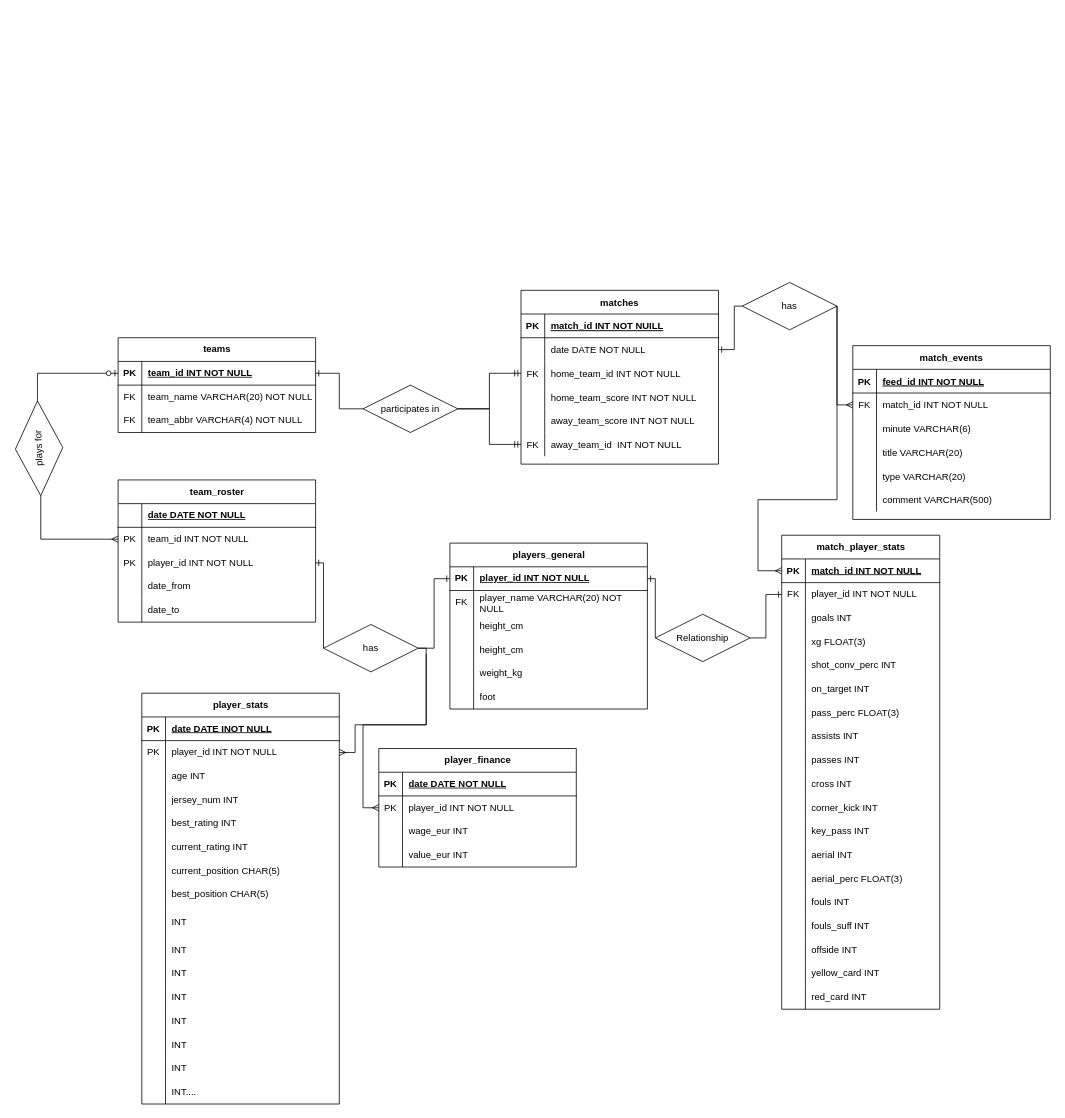
Earlier version of the draw.io diagram Schema.drawio (diffeyn/MLS). Source tidied: cells renumbered, new cells numbered last; positions are measured from the earlier drawing's top-left corner, leaving out a move shared by most shapes. Both pictures are drawn from the tidied source at 79%, with x=0, y=0 at pixel (-9, 282).
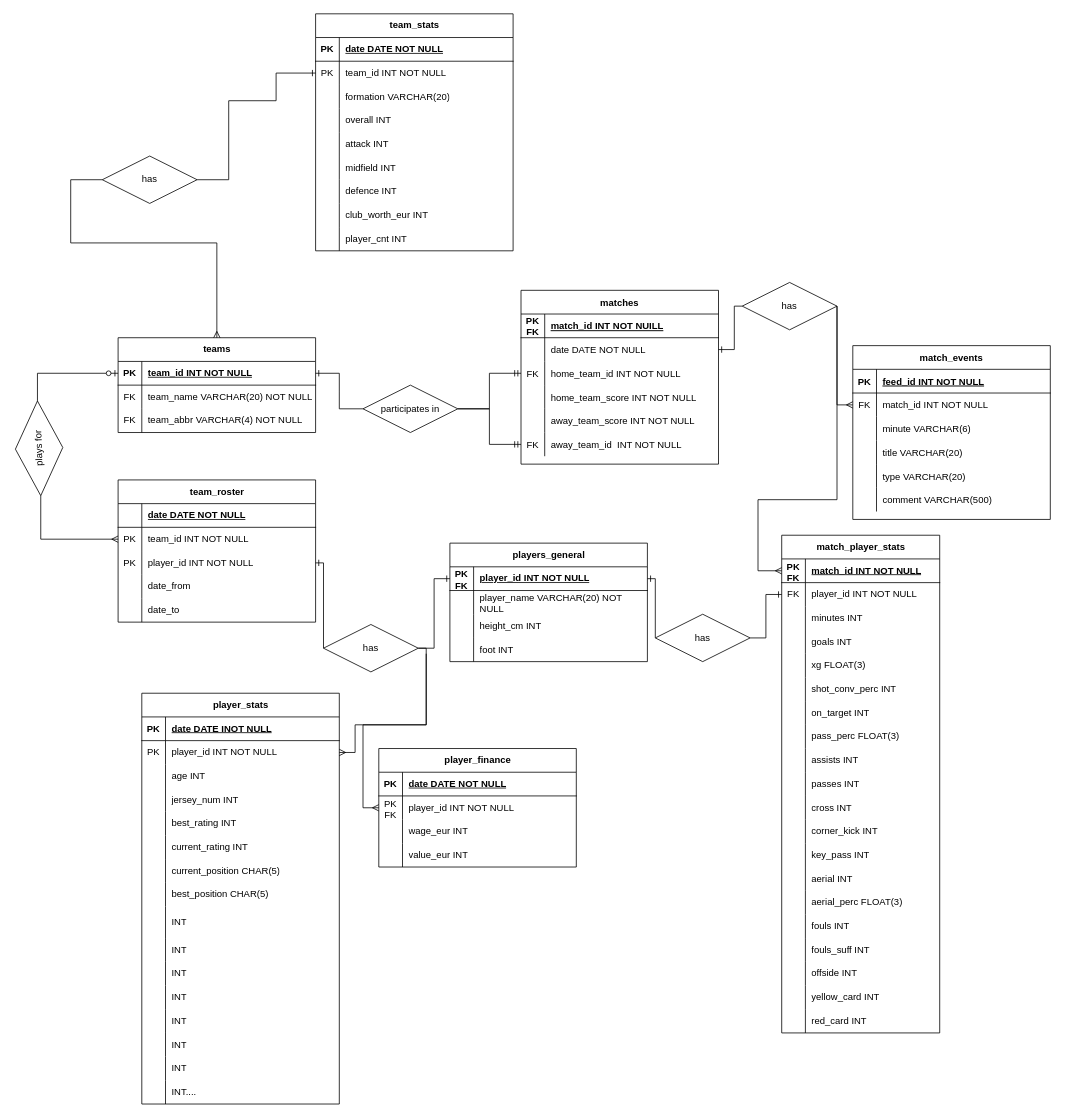
After the change.

Unchanged cells that the change refers to:
```xml
<mxCell id="3" style="shape=partialRectangle;fillColor=none;top=0;left=0;right=0;bottom=1;" parent="2" vertex="1">
  <mxGeometry y="30" width="250" height="30" as="geometry" />
</mxCell>
<mxCell id="21" value="teams" style="shape=table;startSize=30;childLayout=tableLayout;rowLines=0;fontStyle=1;align=center;html=1;" parent="1" vertex="1">
  <mxGeometry x="160" y="70" width="250" height="120" as="geometry" />
</mxCell>
<mxCell id="48" style="shape=tableRow;horizontal=0;startSize=0;swimlaneHead=0;swimlaneBody=0;fillColor=none;points=[[0,0.5],[1,0.5]];portConstraint=eastwest;top=0;left=0;right=0;bottom=1;" parent="47" vertex="1">
  <mxGeometry y="30" width="250" height="30" as="geometry" />
</mxCell>
<mxCell id="51" style="shape=tableRow;horizontal=0;startSize=0;swimlaneHead=0;swimlaneBody=0;fillColor=none;top=0;left=0;right=0;bottom=0;" parent="47" vertex="1">
  <mxGeometry y="60" width="250" height="30" as="geometry" />
</mxCell>
<mxCell id="54" style="shape=tableRow;horizontal=0;startSize=0;swimlaneHead=0;swimlaneBody=0;fillColor=none;top=0;left=0;right=0;bottom=0;" parent="47" vertex="1">
  <mxGeometry y="90" width="250" height="30" as="geometry" />
</mxCell>
<mxCell id="119" style="shape=tableRow;horizontal=0;startSize=0;swimlaneHead=0;swimlaneBody=0;fillColor=none;points=[[0,0.5],[1,0.5]];portConstraint=eastwest;top=0;left=0;right=0;bottom=0;" parent="115" vertex="1">
  <mxGeometry y="60" width="250" height="30" as="geometry" />
</mxCell>
<mxCell id="163" style="shape=tableRow;horizontal=0;startSize=0;swimlaneHead=0;swimlaneBody=0;fillColor=none;points=[[0,0.5],[1,0.5]];portConstraint=eastwest;top=0;left=0;right=0;bottom=1;" parent="162" vertex="1">
  <mxGeometry y="30" width="200" height="30" as="geometry" />
</mxCell>
```

Change to the diagram source:
```diff
@@
-    <mxCell id="4" value="PK" style="shape=partialRectangle;overflow=hidden;fillColor=none;top=0;left=0;bottom=0;right=0;fontStyle=1;" parent="3" vertex="1">
+    <mxCell id="4" value="PK&#10;FK" style="shape=partialRectangle;overflow=hidden;fillColor=none;top=0;left=0;bottom=0;right=0;fontStyle=1;" parent="3" vertex="1">
       <mxGeometry width="30" height="30" as="geometry" />
     </mxCell>
@@
     <mxCell id="47" value="players_general" style="shape=table;startSize=30;childLayout=tableLayout;rowLines=0;fontStyle=1;align=center;html=1;" parent="1" vertex="1">
-      <mxGeometry x="580" y="330" width="250" height="210" as="geometry" />
+      <mxGeometry x="580" y="330" width="250" height="150" as="geometry" />
     </mxCell>
@@
-    <mxCell id="49" value="PK" style="shape=partialRectangle;fillColor=none;top=0;left=0;bottom=0;right=0;fontStyle=1;overflow=hidden;whiteSpace=wrap;html=1;" parent="48" vertex="1">
+    <mxCell id="49" value="PK&lt;div&gt;FK&lt;/div&gt;" style="shape=partialRectangle;fillColor=none;top=0;left=0;bottom=0;right=0;fontStyle=1;overflow=hidden;whiteSpace=wrap;html=1;" parent="48" vertex="1">
       <mxGeometry width="30" height="30" as="geometry" />
     </mxCell>
@@
-    <mxCell id="52" value="FK" style="shape=partialRectangle;fillColor=none;top=0;left=0;bottom=0;right=0;overflow=hidden;whiteSpace=wrap;html=1;" parent="51" vertex="1">
+    <mxCell id="52" style="shape=partialRectangle;fillColor=none;top=0;left=0;bottom=0;right=0;overflow=hidden;whiteSpace=wrap;html=1;" parent="51" vertex="1">
       <mxGeometry width="30" height="30" as="geometry" />
     </mxCell>
@@
-    <mxCell id="56" value="height_cm" style="shape=partialRectangle;fillColor=none;top=0;left=0;bottom=0;right=0;align=left;spacingLeft=6;overflow=hidden;whiteSpace=wrap;html=1;" parent="54" vertex="1">
+    <mxCell id="56" value="height_cm INT" style="shape=partialRectangle;fillColor=none;top=0;left=0;bottom=0;right=0;align=left;spacingLeft=6;overflow=hidden;whiteSpace=wrap;html=1;" parent="54" vertex="1">
       <mxGeometry x="30" width="220" height="30" as="geometry" />
     </mxCell>
-    <mxCell id="57" style="shape=tableRow;horizontal=0;startSize=0;swimlaneHead=0;swimlaneBody=0;fillColor=none;top=0;left=0;right=0;bottom=0;" parent="47" vertex="1">
-      <mxGeometry y="120" width="250" height="30" as="geometry" />
-    </mxCell>
-    <mxCell id="58" style="shape=partialRectangle;fillColor=none;top=0;left=0;bottom=0;right=0;overflow=hidden;whiteSpace=wrap;html=1;" parent="57" vertex="1">
-      <mxGeometry width="30" height="30" as="geometry" />
-    </mxCell>
-    <mxCell id="59" value="height_cm" style="shape=partialRectangle;fillColor=none;top=0;left=0;bottom=0;right=0;align=left;spacingLeft=6;overflow=hidden;whiteSpace=wrap;html=1;" parent="57" vertex="1">
-      <mxGeometry x="30" width="220" height="30" as="geometry" />
-    </mxCell>
-    <mxCell id="60" style="shape=tableRow;horizontal=0;startSize=0;swimlaneHead=0;swimlaneBody=0;fillColor=none;top=0;left=0;right=0;bottom=0;" parent="47" vertex="1">
-      <mxGeometry y="150" width="250" height="30" as="geometry" />
-    </mxCell>
-    <mxCell id="61" style="shape=partialRectangle;fillColor=none;top=0;left=0;bottom=0;right=0;overflow=hidden;whiteSpace=wrap;html=1;" parent="60" vertex="1">
-      <mxGeometry width="30" height="30" as="geometry" />
-    </mxCell>
-    <mxCell id="62" value="weight_kg" style="shape=partialRectangle;fillColor=none;top=0;left=0;bottom=0;right=0;align=left;spacingLeft=6;overflow=hidden;whiteSpace=wrap;html=1;" parent="60" vertex="1">
-      <mxGeometry x="30" width="220" height="30" as="geometry" />
-    </mxCell>
     <mxCell id="63" style="shape=tableRow;horizontal=0;startSize=0;swimlaneHead=0;swimlaneBody=0;fillColor=none;top=0;left=0;right=0;bottom=0;" parent="47" vertex="1">
-      <mxGeometry y="180" width="250" height="30" as="geometry" />
+      <mxGeometry y="120" width="250" height="30" as="geometry" />
     </mxCell>
@@
-    <mxCell id="65" value="foot" style="shape=partialRectangle;fillColor=none;top=0;left=0;bottom=0;right=0;align=left;spacingLeft=6;overflow=hidden;whiteSpace=wrap;html=1;" parent="63" vertex="1">
+    <mxCell id="65" value="foot INT" style="shape=partialRectangle;fillColor=none;top=0;left=0;bottom=0;right=0;align=left;spacingLeft=6;overflow=hidden;whiteSpace=wrap;html=1;" parent="63" vertex="1">
       <mxGeometry x="30" width="220" height="30" as="geometry" />
     </mxCell>
@@
-    <mxCell id="120" value="PK" style="shape=partialRectangle;fillColor=none;top=0;left=0;bottom=0;right=0;overflow=hidden;whiteSpace=wrap;html=1;" parent="119" vertex="1">
+    <mxCell id="120" value="PK&lt;div&gt;FK&lt;/div&gt;" style="shape=partialRectangle;fillColor=none;top=0;left=0;bottom=0;right=0;overflow=hidden;whiteSpace=wrap;html=1;" parent="119" vertex="1">
       <mxGeometry width="30" height="30" as="geometry" />
     </mxCell>
@@
     <mxCell id="162" value="match_player_stats" style="shape=table;startSize=30;childLayout=tableLayout;rowLines=0;fontStyle=1;align=center;html=1;" parent="1" vertex="1">
-      <mxGeometry x="1000" y="320" width="200" height="600" as="geometry" />
+      <mxGeometry x="1000" y="320" width="200" height="630" as="geometry" />
     </mxCell>
@@
-    <mxCell id="164" value="PK" style="shape=partialRectangle;fillColor=none;top=0;left=0;bottom=0;right=0;fontStyle=1;overflow=hidden;whiteSpace=wrap;html=1;" parent="163" vertex="1">
+    <mxCell id="164" value="PK&lt;div&gt;FK&lt;/div&gt;" style="shape=partialRectangle;fillColor=none;top=0;left=0;bottom=0;right=0;fontStyle=1;overflow=hidden;whiteSpace=wrap;html=1;" parent="163" vertex="1">
       <mxGeometry width="30" height="30" as="geometry" />
     </mxCell>
@@
+    <mxCell id="224" style="shape=tableRow;horizontal=0;startSize=0;swimlaneHead=0;swimlaneBody=0;fillColor=none;top=0;left=0;right=0;bottom=0;" parent="162" vertex="1">
+      <mxGeometry y="90" width="200" height="30" as="geometry" />
+    </mxCell>
+    <mxCell id="225" style="shape=partialRectangle;fillColor=none;top=0;left=0;bottom=0;right=0;overflow=hidden;whiteSpace=wrap;html=1;" parent="224" vertex="1">
+      <mxGeometry width="30" height="30" as="geometry" />
+    </mxCell>
+    <mxCell id="226" value="minutes INT" style="shape=partialRectangle;fillColor=none;top=0;left=0;bottom=0;right=0;align=left;spacingLeft=6;overflow=hidden;whiteSpace=wrap;html=1;" parent="224" vertex="1">
+      <mxGeometry x="30" width="170" height="30" as="geometry" />
+    </mxCell>
     <mxCell id="169" style="shape=tableRow;horizontal=0;startSize=0;swimlaneHead=0;swimlaneBody=0;fillColor=none;top=0;left=0;right=0;bottom=0;" parent="162" vertex="1">
-      <mxGeometry y="90" width="200" height="30" as="geometry" />
+      <mxGeometry y="120" width="200" height="30" as="geometry" />
     </mxCell>
@@
     <mxCell id="172" style="shape=tableRow;horizontal=0;startSize=0;swimlaneHead=0;swimlaneBody=0;fillColor=none;top=0;left=0;right=0;bottom=0;" parent="162" vertex="1">
-      <mxGeometry y="120" width="200" height="30" as="geometry" />
+      <mxGeometry y="150" width="200" height="30" as="geometry" />
     </mxCell>
@@
     <mxCell id="175" style="shape=tableRow;horizontal=0;startSize=0;swimlaneHead=0;swimlaneBody=0;fillColor=none;top=0;left=0;right=0;bottom=0;" parent="162" vertex="1">
-      <mxGeometry y="150" width="200" height="30" as="geometry" />
+      <mxGeometry y="180" width="200" height="30" as="geometry" />
     </mxCell>
@@
     <mxCell id="178" style="shape=tableRow;horizontal=0;startSize=0;swimlaneHead=0;swimlaneBody=0;fillColor=none;top=0;left=0;right=0;bottom=0;" parent="162" vertex="1">
-      <mxGeometry y="180" width="200" height="30" as="geometry" />
+      <mxGeometry y="210" width="200" height="30" as="geometry" />
     </mxCell>
@@
     <mxCell id="181" style="shape=tableRow;horizontal=0;startSize=0;swimlaneHead=0;swimlaneBody=0;fillColor=none;top=0;left=0;right=0;bottom=0;" parent="162" vertex="1">
-      <mxGeometry y="210" width="200" height="30" as="geometry" />
+      <mxGeometry y="240" width="200" height="30" as="geometry" />
     </mxCell>
@@
     <mxCell id="184" style="shape=tableRow;horizontal=0;startSize=0;swimlaneHead=0;swimlaneBody=0;fillColor=none;top=0;left=0;right=0;bottom=0;" parent="162" vertex="1">
-      <mxGeometry y="240" width="200" height="30" as="geometry" />
+      <mxGeometry y="270" width="200" height="30" as="geometry" />
     </mxCell>
@@
     <mxCell id="187" style="shape=tableRow;horizontal=0;startSize=0;swimlaneHead=0;swimlaneBody=0;fillColor=none;top=0;left=0;right=0;bottom=0;" parent="162" vertex="1">
-      <mxGeometry y="270" width="200" height="30" as="geometry" />
+      <mxGeometry y="300" width="200" height="30" as="geometry" />
     </mxCell>
@@
     <mxCell id="190" style="shape=tableRow;horizontal=0;startSize=0;swimlaneHead=0;swimlaneBody=0;fillColor=none;top=0;left=0;right=0;bottom=0;" parent="162" vertex="1">
-      <mxGeometry y="300" width="200" height="30" as="geometry" />
+      <mxGeometry y="330" width="200" height="30" as="geometry" />
     </mxCell>
@@
     <mxCell id="193" style="shape=tableRow;horizontal=0;startSize=0;swimlaneHead=0;swimlaneBody=0;fillColor=none;top=0;left=0;right=0;bottom=0;" parent="162" vertex="1">
-      <mxGeometry y="330" width="200" height="30" as="geometry" />
+      <mxGeometry y="360" width="200" height="30" as="geometry" />
     </mxCell>
@@
     <mxCell id="196" style="shape=tableRow;horizontal=0;startSize=0;swimlaneHead=0;swimlaneBody=0;fillColor=none;top=0;left=0;right=0;bottom=0;" parent="162" vertex="1">
-      <mxGeometry y="360" width="200" height="30" as="geometry" />
+      <mxGeometry y="390" width="200" height="30" as="geometry" />
     </mxCell>
@@
     <mxCell id="199" style="shape=tableRow;horizontal=0;startSize=0;swimlaneHead=0;swimlaneBody=0;fillColor=none;top=0;left=0;right=0;bottom=0;" parent="162" vertex="1">
-      <mxGeometry y="390" width="200" height="30" as="geometry" />
+      <mxGeometry y="420" width="200" height="30" as="geometry" />
     </mxCell>
@@
     <mxCell id="202" style="shape=tableRow;horizontal=0;startSize=0;swimlaneHead=0;swimlaneBody=0;fillColor=none;top=0;left=0;right=0;bottom=0;" parent="162" vertex="1">
-      <mxGeometry y="420" width="200" height="30" as="geometry" />
+      <mxGeometry y="450" width="200" height="30" as="geometry" />
     </mxCell>
@@
     <mxCell id="205" style="shape=tableRow;horizontal=0;startSize=0;swimlaneHead=0;swimlaneBody=0;fillColor=none;top=0;left=0;right=0;bottom=0;" parent="162" vertex="1">
-      <mxGeometry y="450" width="200" height="30" as="geometry" />
+      <mxGeometry y="480" width="200" height="30" as="geometry" />
     </mxCell>
@@
     <mxCell id="208" style="shape=tableRow;horizontal=0;startSize=0;swimlaneHead=0;swimlaneBody=0;fillColor=none;top=0;left=0;right=0;bottom=0;" parent="162" vertex="1">
-      <mxGeometry y="480" width="200" height="30" as="geometry" />
+      <mxGeometry y="510" width="200" height="30" as="geometry" />
     </mxCell>
@@
     <mxCell id="211" style="shape=tableRow;horizontal=0;startSize=0;swimlaneHead=0;swimlaneBody=0;fillColor=none;top=0;left=0;right=0;bottom=0;" parent="162" vertex="1">
-      <mxGeometry y="510" width="200" height="30" as="geometry" />
+      <mxGeometry y="540" width="200" height="30" as="geometry" />
     </mxCell>
@@
     <mxCell id="214" style="shape=tableRow;horizontal=0;startSize=0;swimlaneHead=0;swimlaneBody=0;fillColor=none;top=0;left=0;right=0;bottom=0;" parent="162" vertex="1">
-      <mxGeometry y="540" width="200" height="30" as="geometry" />
+      <mxGeometry y="570" width="200" height="30" as="geometry" />
     </mxCell>
@@
     <mxCell id="217" style="shape=tableRow;horizontal=0;startSize=0;swimlaneHead=0;swimlaneBody=0;fillColor=none;top=0;left=0;right=0;bottom=0;" parent="162" vertex="1">
-      <mxGeometry y="570" width="200" height="30" as="geometry" />
+      <mxGeometry y="600" width="200" height="30" as="geometry" />
     </mxCell>
@@
-    <mxCell id="223" value="Relationship" style="shape=rhombus;perimeter=rhombusPerimeter;whiteSpace=wrap;html=1;align=center;" parent="1" vertex="1">
+    <mxCell id="223" value="has" style="shape=rhombus;perimeter=rhombusPerimeter;whiteSpace=wrap;html=1;align=center;" parent="1" vertex="1">
       <mxGeometry x="840" y="420" width="120" height="60" as="geometry" />
     </mxCell>
+    <mxCell id="227" value="team_stats" style="shape=table;startSize=30;childLayout=tableLayout;rowLines=0;fontStyle=1;align=center;html=1;" parent="1" vertex="1">
+      <mxGeometry x="410" y="-340" width="250" height="300" as="geometry" />
+    </mxCell>
+    <mxCell id="228" style="shape=tableRow;horizontal=0;startSize=0;swimlaneHead=0;swimlaneBody=0;fillColor=none;top=0;left=0;right=0;bottom=1;" parent="227" vertex="1">
+      <mxGeometry y="30" width="250" height="30" as="geometry" />
+    </mxCell>
+    <mxCell id="229" value="PK" style="shape=partialRectangle;fillColor=none;top=0;left=0;bottom=0;right=0;fontStyle=1;overflow=hidden;whiteSpace=wrap;html=1;" parent="228" vertex="1">
+      <mxGeometry width="30" height="30" as="geometry" />
+    </mxCell>
+    <mxCell id="230" value="date DATE NOT NULL" style="shape=partialRectangle;fillColor=none;top=0;left=0;bottom=0;right=0;align=left;spacingLeft=6;fontStyle=5;overflow=hidden;whiteSpace=wrap;html=1;" parent="228" vertex="1">
+      <mxGeometry x="30" width="220" height="30" as="geometry" />
+    </mxCell>
+    <mxCell id="231" style="shape=tableRow;horizontal=0;startSize=0;swimlaneHead=0;swimlaneBody=0;fillColor=none;points=[[0,0.5],[1,0.5]];portConstraint=eastwest;top=0;left=0;right=0;bottom=0;" parent="227" vertex="1">
+      <mxGeometry y="60" width="250" height="30" as="geometry" />
+    </mxCell>
+    <mxCell id="232" value="PK" style="shape=partialRectangle;fillColor=none;top=0;left=0;bottom=0;right=0;overflow=hidden;whiteSpace=wrap;html=1;" parent="231" vertex="1">
+      <mxGeometry width="30" height="30" as="geometry" />
+    </mxCell>
+    <mxCell id="233" value="team_id INT NOT NULL" style="shape=partialRectangle;fillColor=none;top=0;left=0;bottom=0;right=0;align=left;spacingLeft=6;overflow=hidden;whiteSpace=wrap;html=1;" parent="231" vertex="1">
+      <mxGeometry x="30" width="220" height="30" as="geometry" />
+    </mxCell>
+    <mxCell id="234" style="shape=tableRow;horizontal=0;startSize=0;swimlaneHead=0;swimlaneBody=0;fillColor=none;top=0;left=0;right=0;bottom=0;" parent="227" vertex="1">
+      <mxGeometry y="90" width="250" height="30" as="geometry" />
+    </mxCell>
+    <mxCell id="235" style="shape=partialRectangle;fillColor=none;top=0;left=0;bottom=0;right=0;overflow=hidden;whiteSpace=wrap;html=1;" parent="234" vertex="1">
+      <mxGeometry width="30" height="30" as="geometry" />
+    </mxCell>
+    <mxCell id="236" value="formation VARCHAR(20)" style="shape=partialRectangle;fillColor=none;top=0;left=0;bottom=0;right=0;align=left;spacingLeft=6;overflow=hidden;whiteSpace=wrap;html=1;" parent="234" vertex="1">
+      <mxGeometry x="30" width="220" height="30" as="geometry" />
+    </mxCell>
+    <mxCell id="57" style="shape=tableRow;horizontal=0;startSize=0;swimlaneHead=0;swimlaneBody=0;fillColor=none;top=0;left=0;right=0;bottom=0;" parent="227" vertex="1">
+      <mxGeometry y="120" width="250" height="30" as="geometry" />
+    </mxCell>
+    <mxCell id="237" style="shape=partialRectangle;fillColor=none;top=0;left=0;bottom=0;right=0;overflow=hidden;whiteSpace=wrap;html=1;" parent="57" vertex="1">
+      <mxGeometry width="30" height="30" as="geometry" />
+    </mxCell>
+    <mxCell id="238" value="overall INT" style="shape=partialRectangle;fillColor=none;top=0;left=0;bottom=0;right=0;align=left;spacingLeft=6;overflow=hidden;whiteSpace=wrap;html=1;" parent="57" vertex="1">
+      <mxGeometry x="30" width="220" height="30" as="geometry" />
+    </mxCell>
+    <mxCell id="60" style="shape=tableRow;horizontal=0;startSize=0;swimlaneHead=0;swimlaneBody=0;fillColor=none;top=0;left=0;right=0;bottom=0;" parent="227" vertex="1">
+      <mxGeometry y="150" width="250" height="30" as="geometry" />
+    </mxCell>
+    <mxCell id="239" style="shape=partialRectangle;fillColor=none;top=0;left=0;bottom=0;right=0;overflow=hidden;whiteSpace=wrap;html=1;" parent="60" vertex="1">
+      <mxGeometry width="30" height="30" as="geometry" />
+    </mxCell>
+    <mxCell id="240" value="attack INT" style="shape=partialRectangle;fillColor=none;top=0;left=0;bottom=0;right=0;align=left;spacingLeft=6;overflow=hidden;whiteSpace=wrap;html=1;" parent="60" vertex="1">
+      <mxGeometry x="30" width="220" height="30" as="geometry" />
+    </mxCell>
+    <mxCell id="241" style="shape=tableRow;horizontal=0;startSize=0;swimlaneHead=0;swimlaneBody=0;fillColor=none;top=0;left=0;right=0;bottom=0;" parent="227" vertex="1">
+      <mxGeometry y="180" width="250" height="30" as="geometry" />
+    </mxCell>
+    <mxCell id="242" style="shape=partialRectangle;fillColor=none;top=0;left=0;bottom=0;right=0;overflow=hidden;whiteSpace=wrap;html=1;" parent="241" vertex="1">
+      <mxGeometry width="30" height="30" as="geometry" />
+    </mxCell>
+    <mxCell id="243" value="midfield INT" style="shape=partialRectangle;fillColor=none;top=0;left=0;bottom=0;right=0;align=left;spacingLeft=6;overflow=hidden;whiteSpace=wrap;html=1;" parent="241" vertex="1">
+      <mxGeometry x="30" width="220" height="30" as="geometry" />
+    </mxCell>
+    <mxCell id="244" style="shape=tableRow;horizontal=0;startSize=0;swimlaneHead=0;swimlaneBody=0;fillColor=none;top=0;left=0;right=0;bottom=0;" parent="227" vertex="1">
+      <mxGeometry y="210" width="250" height="30" as="geometry" />
+    </mxCell>
+    <mxCell id="245" style="shape=partialRectangle;fillColor=none;top=0;left=0;bottom=0;right=0;overflow=hidden;whiteSpace=wrap;html=1;" parent="244" vertex="1">
+      <mxGeometry width="30" height="30" as="geometry" />
+    </mxCell>
+    <mxCell id="246" value="defence INT" style="shape=partialRectangle;fillColor=none;top=0;left=0;bottom=0;right=0;align=left;spacingLeft=6;overflow=hidden;whiteSpace=wrap;html=1;" parent="244" vertex="1">
+      <mxGeometry x="30" width="220" height="30" as="geometry" />
+    </mxCell>
+    <mxCell id="247" style="shape=tableRow;horizontal=0;startSize=0;swimlaneHead=0;swimlaneBody=0;fillColor=none;top=0;left=0;right=0;bottom=0;" parent="227" vertex="1">
+      <mxGeometry y="240" width="250" height="30" as="geometry" />
+    </mxCell>
+    <mxCell id="248" style="shape=partialRectangle;fillColor=none;top=0;left=0;bottom=0;right=0;overflow=hidden;whiteSpace=wrap;html=1;" parent="247" vertex="1">
+      <mxGeometry width="30" height="30" as="geometry" />
+    </mxCell>
+    <mxCell id="249" value="club_worth_eur INT" style="shape=partialRectangle;fillColor=none;top=0;left=0;bottom=0;right=0;align=left;spacingLeft=6;overflow=hidden;whiteSpace=wrap;html=1;" parent="247" vertex="1">
+      <mxGeometry x="30" width="220" height="30" as="geometry" />
+    </mxCell>
+    <mxCell id="250" style="shape=tableRow;horizontal=0;startSize=0;swimlaneHead=0;swimlaneBody=0;fillColor=none;top=0;left=0;right=0;bottom=0;" parent="227" vertex="1">
+      <mxGeometry y="270" width="250" height="30" as="geometry" />
+    </mxCell>
+    <mxCell id="251" style="shape=partialRectangle;fillColor=none;top=0;left=0;bottom=0;right=0;overflow=hidden;whiteSpace=wrap;html=1;" parent="250" vertex="1">
+      <mxGeometry width="30" height="30" as="geometry" />
+    </mxCell>
+    <mxCell id="252" value="player_cnt INT" style="shape=partialRectangle;fillColor=none;top=0;left=0;bottom=0;right=0;align=left;spacingLeft=6;overflow=hidden;whiteSpace=wrap;html=1;" parent="250" vertex="1">
+      <mxGeometry x="30" width="220" height="30" as="geometry" />
+    </mxCell>
+    <mxCell id="253" style="edgeStyle=orthogonalEdgeStyle;fontSize=12;html=1;endArrow=none;endFill=0;rounded=0;exitX=0;exitY=0.5;exitDx=0;exitDy=0;startArrow=ERone;startFill=0;" parent="1" edge="1" source="231">
+      <mxGeometry relative="1" as="geometry">
+        <mxPoint x="260" y="-130" as="targetPoint" />
+        <Array as="points">
+          <mxPoint x="360" y="-265" />
+          <mxPoint x="360" y="-230" />
+          <mxPoint x="300" y="-230" />
+          <mxPoint x="300" y="-130" />
+        </Array>
+      </mxGeometry>
+    </mxCell>
+    <mxCell id="254" value="has" style="shape=rhombus;perimeter=rhombusPerimeter;whiteSpace=wrap;html=1;align=center;" parent="1" vertex="1">
+      <mxGeometry x="140" y="-160" width="120" height="60" as="geometry" />
+    </mxCell>
+    <mxCell id="255" style="edgeStyle=orthogonalEdgeStyle;fontSize=12;html=1;endArrow=ERmany;rounded=0;" parent="1" edge="1" source="254" target="21">
+      <mxGeometry relative="1" as="geometry">
+        <Array as="points">
+          <mxPoint x="100" y="-130" />
+          <mxPoint x="100" y="-50" />
+          <mxPoint x="285" y="-50" />
+        </Array>
+      </mxGeometry>
+    </mxCell>
```
